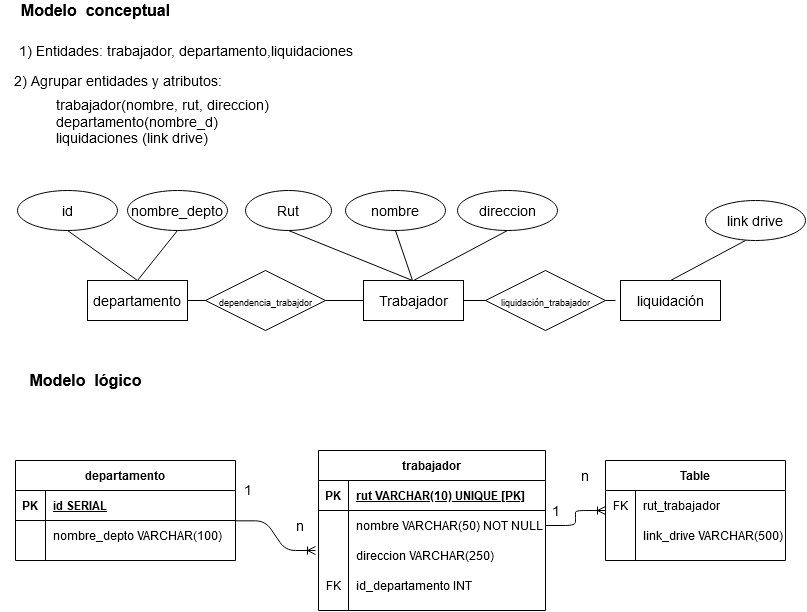
gilibethvega/modelamiento_de_datos keeps this draw.io diagram as Caso1_modelos.png. Above is the earlier version. Source tidied: cells renumbered, new cells last; positions are measured from the earlier drawing's top-left corner, leaving out a move shared by most shapes.
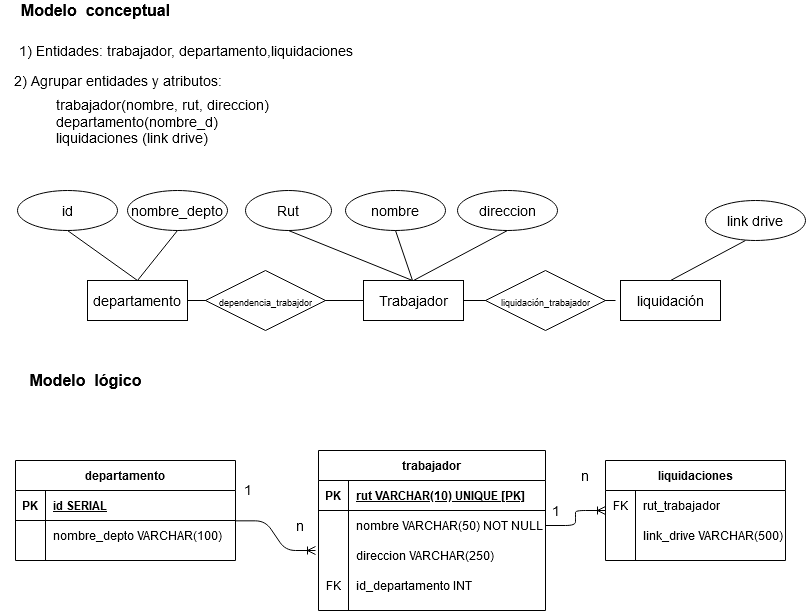
After the commit.

What changed in the source:
```diff
@@ -162,7 +162,7 @@
     <mxCell id="50" value="id_departamento INT" style="shape=partialRectangle;fillColor=none;top=0;left=0;bottom=0;right=0;align=left;spacingLeft=6;fontStyle=0;overflow=hidden;" parent="48" vertex="1">
       <mxGeometry x="30" width="197" height="30" as="geometry" />
     </mxCell>
-    <mxCell id="51" value="Table" style="shape=table;startSize=30;rowLines=0;fontStyle=1;align=center;" parent="1" vertex="1">
+    <mxCell id="51" value="liquidaciones" style="shape=table;startSize=30;rowLines=0;fontStyle=1;align=center;" parent="1" vertex="1">
       <mxGeometry x="605" y="460" width="180" height="100" as="geometry" />
     </mxCell>
     <mxCell id="52" style="shape=partialRectangle;fillColor=none;top=0;left=0;bottom=0;right=0;" parent="51" vertex="1">
```
